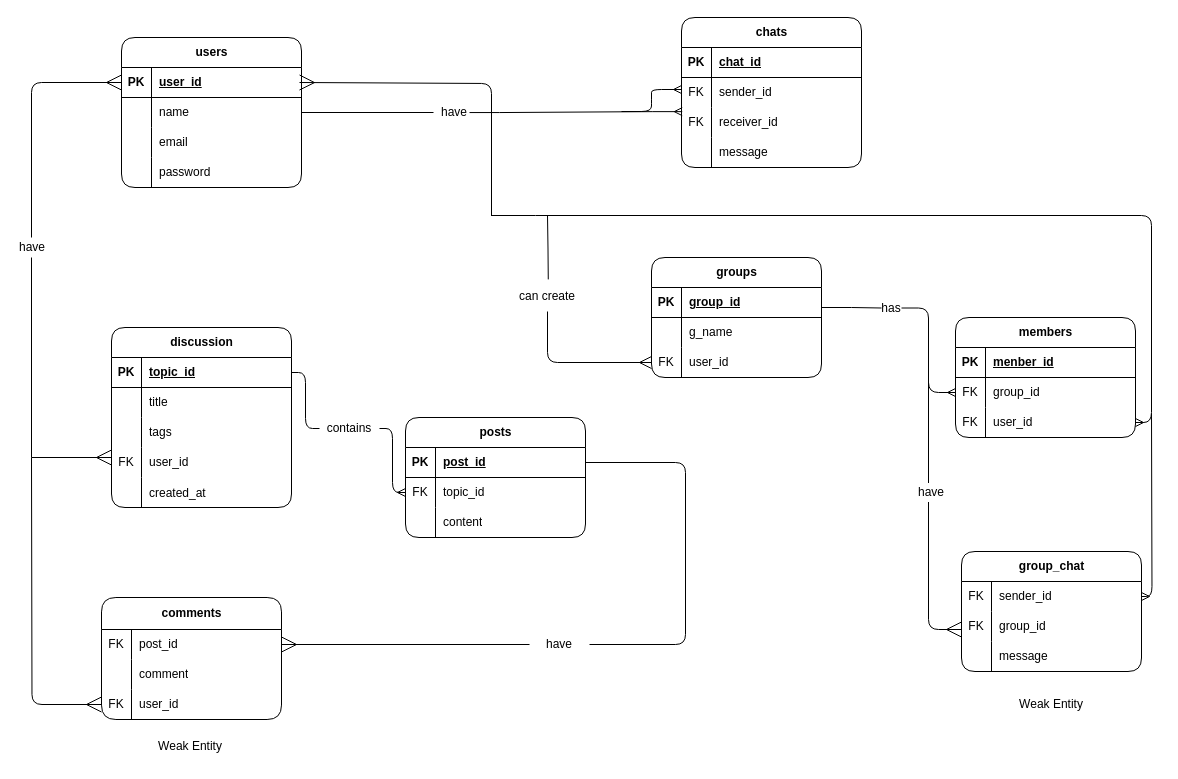
This is page "Page-2" (2 of 3) of Er.drawio from chetan-v/check, a draw.io file, before an edit. Source tidied: cells renumbered, new cells numbered last; positions are measured from the earlier drawing's top-left corner, leaving out a move shared by most shapes. Both pictures are drawn from the tidied source at 100%, with x=0, y=0 at pixel (31, 17).
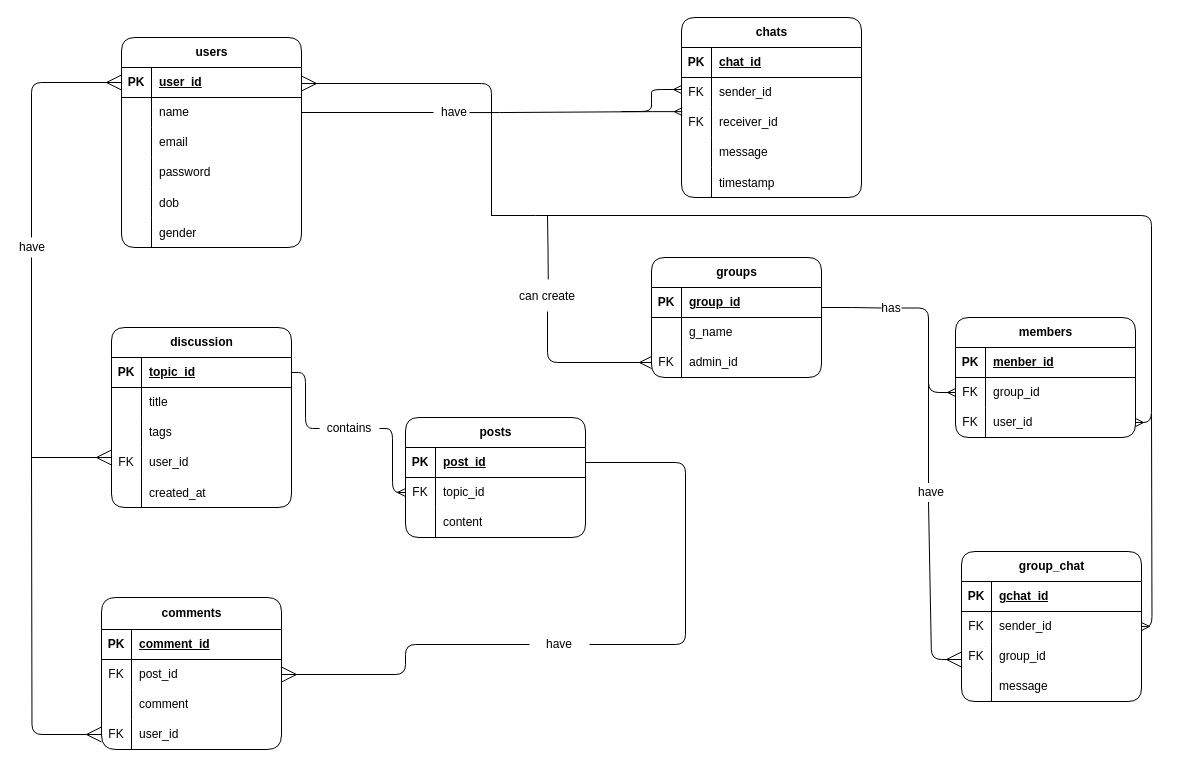
The same page after the edit.

The change refers to these unchanged cells:
```xml
<mxCell id="55" style="shape=tableRow;horizontal=0;startSize=0;swimlaneHead=0;swimlaneBody=0;fillColor=none;points=[[0,0.5],[1,0.5]];portConstraint=eastwest;top=0;left=0;right=0;bottom=0;" parent="48" vertex="1">
  <mxGeometry y="90" width="170" height="30" as="geometry" />
</mxCell>
```

What changed in the source:
```diff
@@
     <mxCell id="2" value="users" style="shape=table;startSize=30;childLayout=tableLayout;rowLines=0;fontStyle=1;align=center;html=1;rounded=1;" parent="1" vertex="1">
-      <mxGeometry x="90" y="20" width="180" height="150" as="geometry" />
+      <mxGeometry x="90" y="20" width="180" height="210" as="geometry" />
     </mxCell>
@@
+    <mxCell id="124" style="shape=tableRow;horizontal=0;startSize=0;swimlaneHead=0;swimlaneBody=0;fillColor=none;top=0;left=0;right=0;bottom=0;" parent="2" vertex="1">
+      <mxGeometry y="150" width="180" height="30" as="geometry" />
+    </mxCell>
+    <mxCell id="125" style="shape=partialRectangle;fillColor=none;top=0;left=0;bottom=0;right=0;overflow=hidden;" parent="124" vertex="1">
+      <mxGeometry width="30" height="30" as="geometry" />
+    </mxCell>
+    <mxCell id="126" value="dob" style="shape=partialRectangle;fillColor=none;top=0;left=0;bottom=0;right=0;align=left;spacingLeft=6;overflow=hidden;" parent="124" vertex="1">
+      <mxGeometry x="30" width="150" height="30" as="geometry" />
+    </mxCell>
+    <mxCell id="127" style="shape=tableRow;horizontal=0;startSize=0;swimlaneHead=0;swimlaneBody=0;fillColor=none;top=0;left=0;right=0;bottom=0;" parent="2" vertex="1">
+      <mxGeometry y="180" width="180" height="30" as="geometry" />
+    </mxCell>
+    <mxCell id="128" style="shape=partialRectangle;fillColor=none;top=0;left=0;bottom=0;right=0;overflow=hidden;" parent="127" vertex="1">
+      <mxGeometry width="30" height="30" as="geometry" />
+    </mxCell>
+    <mxCell id="129" value="gender" style="shape=partialRectangle;fillColor=none;top=0;left=0;bottom=0;right=0;align=left;spacingLeft=6;overflow=hidden;" parent="127" vertex="1">
+      <mxGeometry x="30" width="150" height="30" as="geometry" />
+    </mxCell>
     <mxCell id="15" value="chats" style="shape=table;startSize=30;childLayout=tableLayout;rowLines=0;fontStyle=1;align=center;html=1;rounded=1;swimlaneLine=1;shadow=0;" parent="1" vertex="1">
-      <mxGeometry x="650" width="180" height="150" as="geometry" />
+      <mxGeometry x="650" width="180" height="180" as="geometry" />
     </mxCell>
@@
+    <mxCell id="130" style="shape=tableRow;horizontal=0;startSize=0;swimlaneHead=0;swimlaneBody=0;fillColor=none;top=0;left=0;right=0;bottom=0;" parent="15" vertex="1">
+      <mxGeometry y="150" width="180" height="30" as="geometry" />
+    </mxCell>
+    <mxCell id="131" style="shape=partialRectangle;fillColor=none;top=0;left=0;bottom=0;right=0;overflow=hidden;" parent="130" vertex="1">
+      <mxGeometry width="30" height="30" as="geometry" />
+    </mxCell>
+    <mxCell id="132" value="timestamp" style="shape=partialRectangle;fillColor=none;top=0;left=0;bottom=0;right=0;align=left;spacingLeft=6;overflow=hidden;" parent="130" vertex="1">
+      <mxGeometry x="30" width="150" height="30" as="geometry" />
+    </mxCell>
     <mxCell id="28" value="group_chat" style="shape=table;startSize=30;childLayout=tableLayout;rowLines=0;fontStyle=1;align=center;html=1;rounded=1;" parent="1" vertex="1">
-      <mxGeometry x="930" y="534" width="180" height="120" as="geometry" />
+      <mxGeometry x="930" y="534" width="180" height="150" as="geometry" />
     </mxCell>
+    <mxCell id="133" style="shape=tableRow;horizontal=0;startSize=0;swimlaneHead=0;swimlaneBody=0;fillColor=none;top=0;left=0;right=0;bottom=1;" parent="28" vertex="1">
+      <mxGeometry y="30" width="180" height="30" as="geometry" />
+    </mxCell>
+    <mxCell id="134" value="PK" style="shape=partialRectangle;fillColor=none;top=0;left=0;bottom=0;right=0;fontStyle=1;overflow=hidden;whiteSpace=wrap;html=1;" parent="133" vertex="1">
+      <mxGeometry width="30" height="30" as="geometry" />
+    </mxCell>
+    <mxCell id="135" value="gchat_id" style="shape=partialRectangle;fillColor=none;top=0;left=0;bottom=0;right=0;align=left;spacingLeft=6;fontStyle=5;overflow=hidden;whiteSpace=wrap;html=1;" parent="133" vertex="1">
+      <mxGeometry x="30" width="150" height="30" as="geometry" />
+    </mxCell>
     <mxCell id="29" style="shape=tableRow;horizontal=0;startSize=0;swimlaneHead=0;swimlaneBody=0;fillColor=none;points=[[0,0.5],[1,0.5]];portConstraint=eastwest;top=0;left=0;right=0;bottom=0;" parent="28" vertex="1">
-      <mxGeometry y="30" width="180" height="30" as="geometry" />
+      <mxGeometry y="60" width="180" height="30" as="geometry" />
     </mxCell>
@@
     <mxCell id="32" style="shape=tableRow;horizontal=0;startSize=0;swimlaneHead=0;swimlaneBody=0;fillColor=none;points=[[0,0.5],[1,0.5]];portConstraint=eastwest;top=0;left=0;right=0;bottom=0;" parent="28" vertex="1">
-      <mxGeometry y="60" width="180" height="30" as="geometry" />
+      <mxGeometry y="90" width="180" height="30" as="geometry" />
     </mxCell>
@@
     <mxCell id="35" style="shape=tableRow;horizontal=0;startSize=0;swimlaneHead=0;swimlaneBody=0;fillColor=none;top=0;left=0;right=0;bottom=0;" parent="28" vertex="1">
-      <mxGeometry y="90" width="180" height="30" as="geometry" />
+      <mxGeometry y="120" width="180" height="30" as="geometry" />
     </mxCell>
@@
-    <mxCell id="57" value="user_id" style="shape=partialRectangle;fillColor=none;top=0;left=0;bottom=0;right=0;align=left;spacingLeft=6;overflow=hidden;whiteSpace=wrap;html=1;" parent="55" vertex="1">
+    <mxCell id="57" value="admin_id" style="shape=partialRectangle;fillColor=none;top=0;left=0;bottom=0;right=0;align=left;spacingLeft=6;overflow=hidden;whiteSpace=wrap;html=1;" parent="55" vertex="1">
       <mxGeometry x="30" width="140" height="30" as="geometry" />
     </mxCell>
     <mxCell id="58" style="fontSize=12;html=1;endArrow=ERmany;endFill=0;entryX=0;entryY=0.6;entryDx=0;entryDy=0;rounded=1;endSize=13;entryPerimeter=0;" parent="1" edge="1" target="32">
       <mxGeometry relative="1" as="geometry">
         <mxPoint x="897" y="484.5" as="sourcePoint" />
         <Array as="points">
-          <mxPoint x="897" y="612" />
+          <mxPoint x="900" y="642" />
         </Array>
       </mxGeometry>
     </mxCell>
@@
-    <mxCell id="83" style="fontSize=12;html=1;endArrow=none;rounded=1;endFill=0;exitX=1;exitY=0.5;exitDx=0;exitDy=0;endSize=13;startArrow=ERmany;startFill=0;startSize=13;" parent="1" edge="1">
+    <mxCell id="83" style="fontSize=12;html=1;endArrow=none;rounded=1;endFill=0;endSize=13;startArrow=ERmany;startFill=0;startSize=13;" parent="1" edge="1">
       <mxGeometry relative="1" as="geometry">
-        <mxPoint x="268" y="65" as="sourcePoint" />
+        <mxPoint x="270" y="66" as="sourcePoint" />
         <mxPoint x="460" y="198" as="targetPoint" />
         <Array as="points">
           <mxPoint x="460" y="66" />
         </Array>
       </mxGeometry>
     </mxCell>
@@
     <mxCell id="95" value="comments" style="shape=table;startSize=32;childLayout=tableLayout;rowLines=0;fontStyle=1;align=center;html=1;rounded=1;" parent="1" vertex="1">
-      <mxGeometry x="70" y="580" width="180" height="122" as="geometry" />
+      <mxGeometry x="70" y="580" width="180" height="152" as="geometry" />
     </mxCell>
+    <mxCell id="136" style="shape=tableRow;horizontal=0;startSize=0;swimlaneHead=0;swimlaneBody=0;fillColor=none;top=0;left=0;right=0;bottom=1;" parent="95" vertex="1">
+      <mxGeometry y="32" width="180" height="30" as="geometry" />
+    </mxCell>
+    <mxCell id="137" value="PK" style="shape=partialRectangle;fillColor=none;top=0;left=0;bottom=0;right=0;fontStyle=1;overflow=hidden;whiteSpace=wrap;html=1;" parent="136" vertex="1">
+      <mxGeometry width="30" height="30" as="geometry" />
+    </mxCell>
+    <mxCell id="138" value="comment_id" style="shape=partialRectangle;fillColor=none;top=0;left=0;bottom=0;right=0;align=left;spacingLeft=6;fontStyle=5;overflow=hidden;whiteSpace=wrap;html=1;" parent="136" vertex="1">
+      <mxGeometry x="30" width="150" height="30" as="geometry" />
+    </mxCell>
     <mxCell id="96" style="shape=tableRow;horizontal=0;startSize=0;swimlaneHead=0;swimlaneBody=0;fillColor=none;points=[[0,0.5],[1,0.5]];portConstraint=eastwest;top=0;left=0;right=0;bottom=0;" parent="95" vertex="1">
-      <mxGeometry y="32" width="180" height="30" as="geometry" />
+      <mxGeometry y="62" width="180" height="30" as="geometry" />
     </mxCell>
@@
     <mxCell id="99" style="shape=tableRow;horizontal=0;startSize=0;swimlaneHead=0;swimlaneBody=0;fillColor=none;top=0;left=0;right=0;bottom=0;" parent="95" vertex="1">
-      <mxGeometry y="62" width="180" height="30" as="geometry" />
+      <mxGeometry y="92" width="180" height="30" as="geometry" />
     </mxCell>
@@
     <mxCell id="102" style="shape=tableRow;horizontal=0;startSize=0;swimlaneHead=0;swimlaneBody=0;fillColor=none;points=[[0,0.5],[1,0.5]];portConstraint=eastwest;top=0;left=0;right=0;bottom=0;" parent="95" vertex="1">
-      <mxGeometry y="92" width="180" height="30" as="geometry" />
+      <mxGeometry y="122" width="180" height="30" as="geometry" />
     </mxCell>
@@
-    <mxCell id="117" value="Weak Entity" style="text;html=1;strokeColor=none;fillColor=none;align=center;verticalAlign=middle;whiteSpace=wrap;rounded=0;" parent="1" vertex="1">
-      <mxGeometry x="120" y="714" width="78" height="30" as="geometry" />
-    </mxCell>
-    <mxCell id="118" value="Weak Entity" style="text;html=1;strokeColor=none;fillColor=none;align=center;verticalAlign=middle;whiteSpace=wrap;rounded=0;" parent="1" vertex="1">
-      <mxGeometry x="981" y="672" width="78" height="30" as="geometry" />
-    </mxCell>
```
